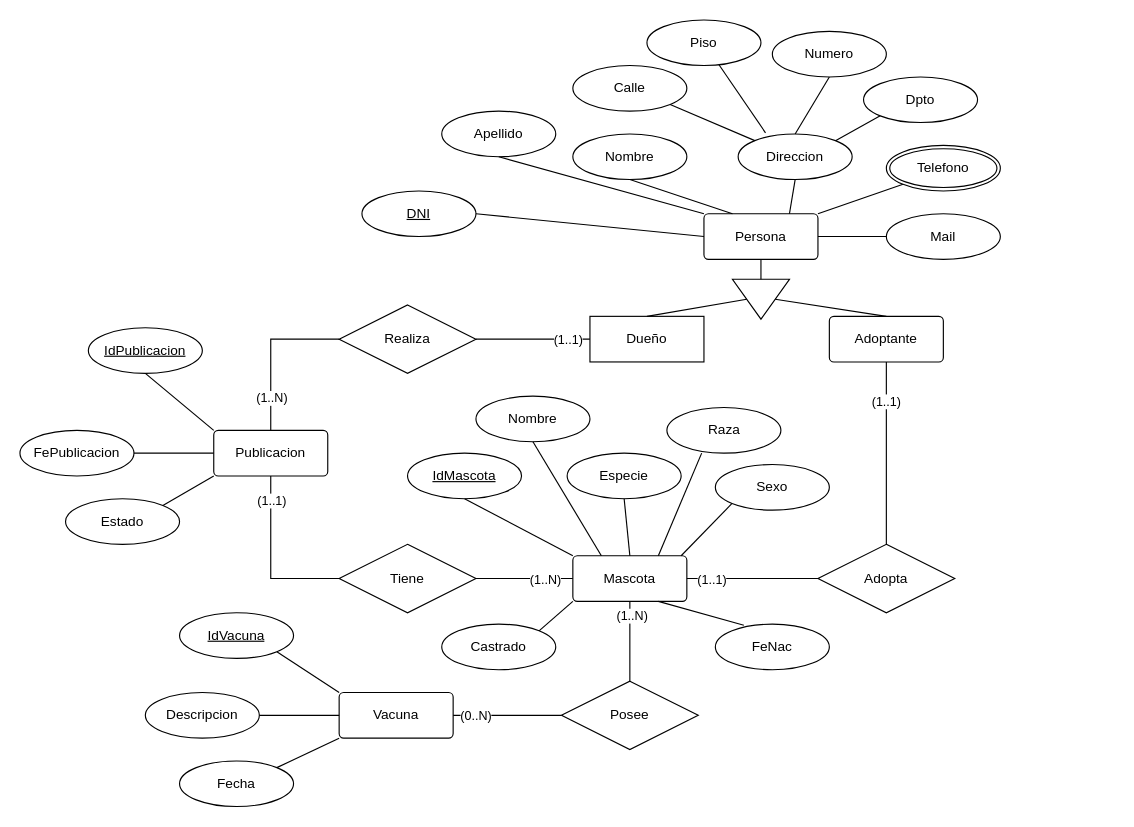
Miguelo2509/AdopcionDeMascotas keeps this draw.io diagram as MER/MER_AdopMascotas.drawio. Above is the earlier version. Source tidied: cells renumbered, new cells numbered last; positions are measured from the earlier drawing's top-left corner, leaving out a move shared by most shapes. Both pictures are drawn from the tidied source at 114%, with x=0, y=0 at pixel (19, 19).
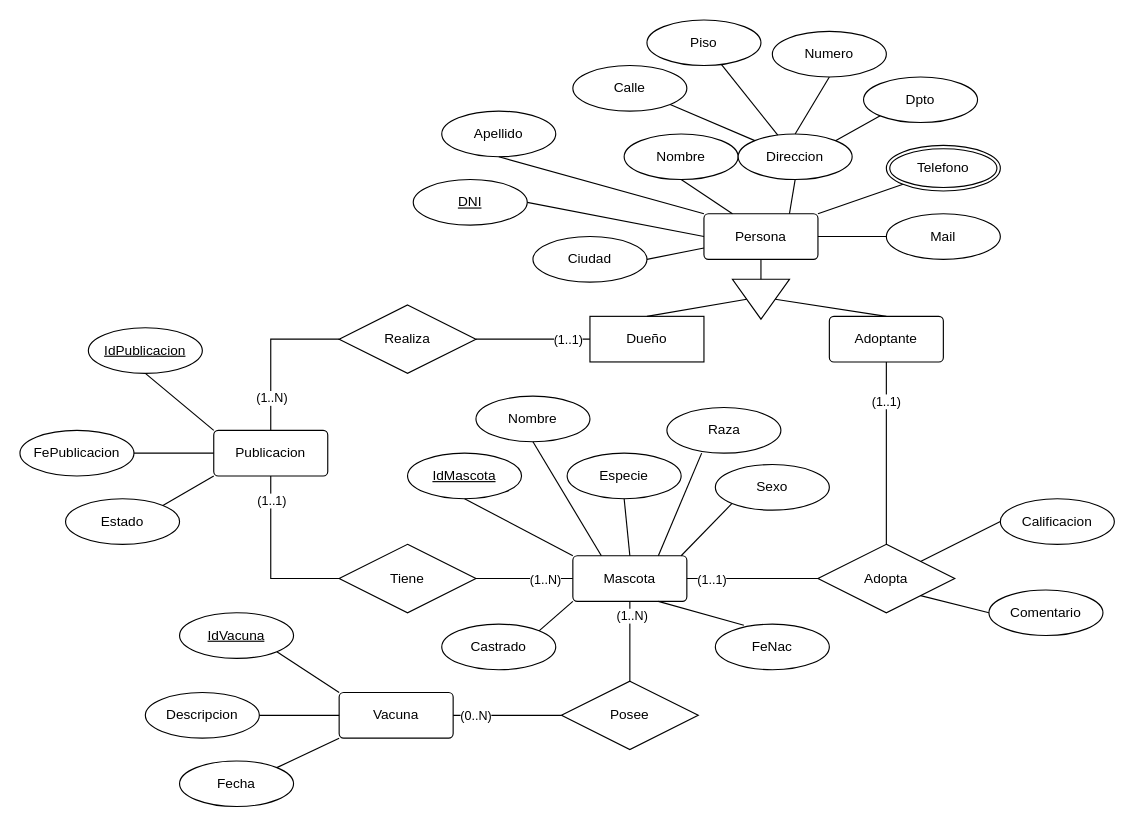
The same diagram, later.

The change refers to these unchanged cells:
```xml
<mxCell id="4" value="Persona" style="rounded=1;arcSize=10;whiteSpace=wrap;html=1;align=center;" parent="1" vertex="1">
  <mxGeometry x="600" y="170" width="100" height="40" as="geometry" />
</mxCell>
<mxCell id="11" value="Adopta" style="shape=rhombus;perimeter=rhombusPerimeter;whiteSpace=wrap;html=1;align=center;" parent="1" vertex="1">
  <mxGeometry x="700" y="460" width="120" height="60" as="geometry" />
</mxCell>
<mxCell id="24" value="Direccion" style="ellipse;whiteSpace=wrap;html=1;align=center;" parent="1" vertex="1">
  <mxGeometry x="630" y="100" width="100" height="40" as="geometry" />
</mxCell>
<mxCell id="62" value="Piso" style="ellipse;whiteSpace=wrap;html=1;align=center;" parent="1" vertex="1">
  <mxGeometry x="550" width="100" height="40" as="geometry" />
</mxCell>
```

Change to the diagram source:
```diff
@@
     <mxCell id="21" value="DNI" style="ellipse;whiteSpace=wrap;html=1;align=center;fontStyle=4;" parent="1" vertex="1">
-      <mxGeometry x="300" y="150" width="100" height="40" as="geometry" />
+      <mxGeometry x="345" y="140" width="100" height="40" as="geometry" />
     </mxCell>
     <mxCell id="22" value="Nombre" style="ellipse;whiteSpace=wrap;html=1;align=center;" parent="1" vertex="1">
-      <mxGeometry x="485" y="100" width="100" height="40" as="geometry" />
+      <mxGeometry x="530" y="100" width="100" height="40" as="geometry" />
     </mxCell>
@@
-    <mxCell id="63" style="endArrow=none;html=1;rounded=0;entryX=0.24;entryY=-0.025;entryDx=0;entryDy=0;entryPerimeter=0;" parent="1" edge="1" source="62" target="24">
+    <mxCell id="63" style="endArrow=none;html=1;rounded=0;" parent="1" edge="1" source="62" target="24">
       <mxGeometry relative="1" as="geometry" />
     </mxCell>
@@
+    <mxCell id="78" value="Ciudad" style="ellipse;whiteSpace=wrap;html=1;align=center;" parent="1" vertex="1">
+      <mxGeometry x="450" y="190" width="100" height="40" as="geometry" />
+    </mxCell>
+    <mxCell id="79" style="endArrow=none;html=1;rounded=0;entryX=0;entryY=0.75;entryDx=0;entryDy=0;exitX=1;exitY=0.5;exitDx=0;exitDy=0;" parent="1" edge="1" source="78" target="4">
+      <mxGeometry relative="1" as="geometry" />
+    </mxCell>
+    <mxCell id="80" value="Comentario" style="ellipse;whiteSpace=wrap;html=1;align=center;" parent="1" vertex="1">
+      <mxGeometry x="850" y="500" width="100" height="40" as="geometry" />
+    </mxCell>
+    <mxCell id="81" style="endArrow=none;html=1;rounded=0;entryX=0;entryY=0.5;entryDx=0;entryDy=0;exitX=1;exitY=1;exitDx=0;exitDy=0;" parent="1" edge="1" source="11" target="80">
+      <mxGeometry relative="1" as="geometry" />
+    </mxCell>
+    <mxCell id="82" value="Calificacion" style="ellipse;whiteSpace=wrap;html=1;align=center;" parent="1" vertex="1">
+      <mxGeometry x="860" y="420" width="100" height="40" as="geometry" />
+    </mxCell>
+    <mxCell id="83" style="endArrow=none;html=1;rounded=0;entryX=0;entryY=0.5;entryDx=0;entryDy=0;exitX=1;exitY=0;exitDx=0;exitDy=0;" parent="1" edge="1" source="11" target="82">
+      <mxGeometry relative="1" as="geometry" />
+    </mxCell>
```
